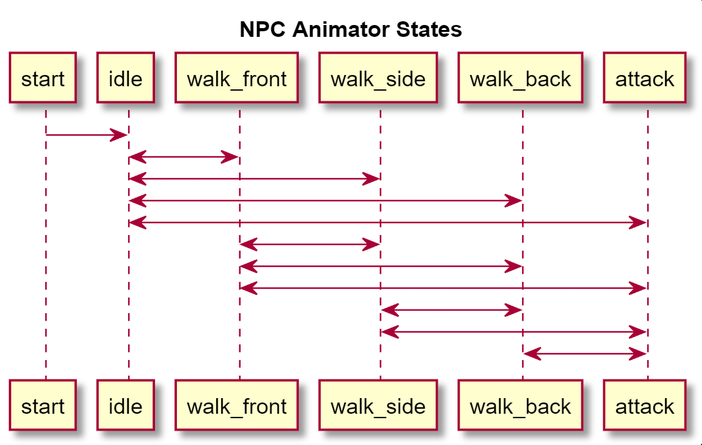
Earlier version of the PlantUML export TouchCrawlerUnity/Assets/Documentation/NPC_Animator.PNG (CriusNyx/CSI-4999). Its source is kept beside it as TouchCrawlerUnity/Assets/Documentation/NPC_Animator.wsd.
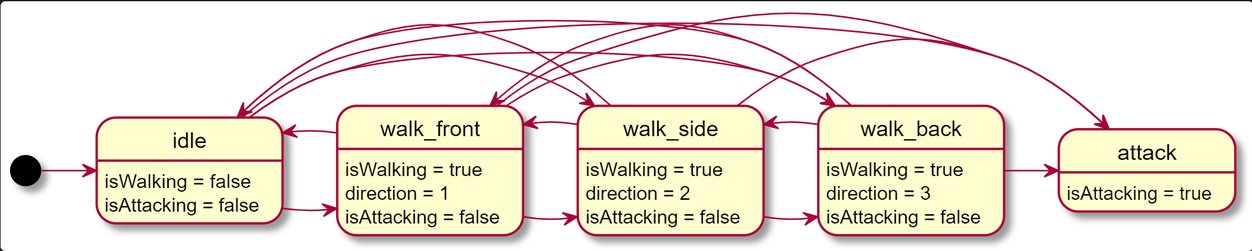
After the change.

What changed in the source:
```diff
@@ -1,15 +1,38 @@
 @startuml
-title: NPC Animator States
-start -> idle
-idle <-> walk_front
-idle <-> walk_side
-idle <-> walk_back
-idle <-> attack
-walk_front <-> walk_side
-walk_front <-> walk_back
-walk_front <-> attack
-walk_side <-> walk_back
-walk_side <-> attack
-walk_back <-> attack
+
+[*] -> idle
+idle: isWalking = false
+idle: isAttacking = false
+idle -> walk_front
+idle -> walk_side
+idle -> walk_back
+idle -> attack
+
+walk_front: isWalking = true
+walk_front: direction = 1
+walk_front: isAttacking = false
+walk_front -> idle
+walk_front -> walk_side
+walk_front -> walk_back
+walk_front -> attack
+
+walk_side: isWalking = true
+walk_side: direction = 2
+walk_side: isAttacking = false
+walk_side -> idle
+walk_side -> walk_front
+walk_side -> walk_back
+walk_side -> attack
+
+walk_back: isWalking = true
+walk_back: direction = 3
+walk_back: isAttacking = false
+walk_back -> attack
+walk_back -> idle
+walk_back -> walk_front
+walk_back -> walk_side
+
+attack: isAttacking = true
+
 
 @enduml
```
